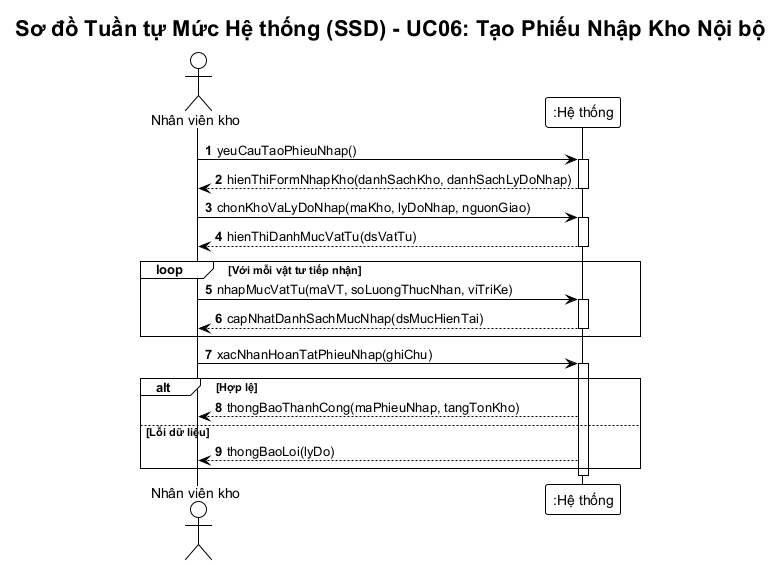
Before: BTL-QuanLyKhoHang/diagrams/ssd-nhap-kho.png, a diagram exported from PlantUML (vuhoabinh2416137/G8_Quanlysanphamvakhohang).
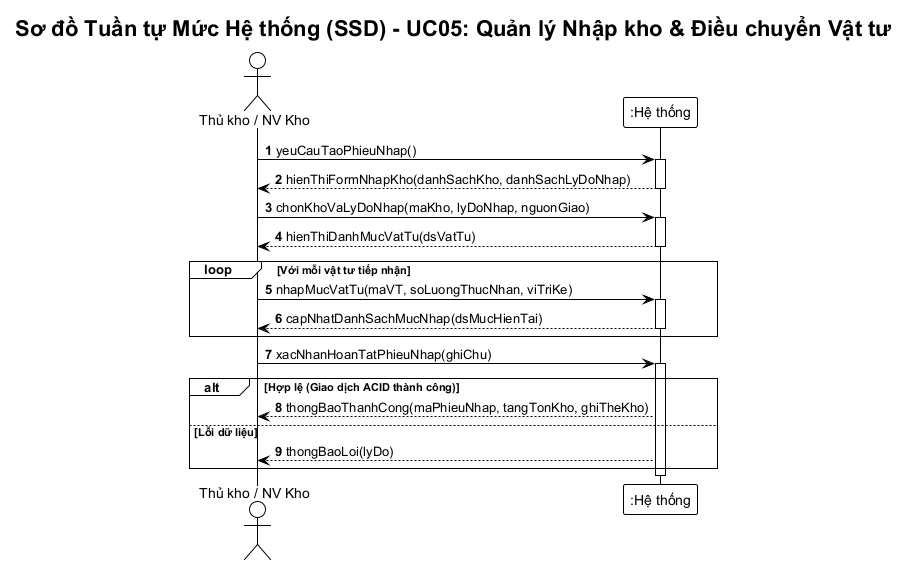
Above is the later version.

What changed in the source:
```diff
@@ -4,9 +4,9 @@
 skinparam responseMessageBelowArrow true
 skinparam defaultFontName "Arial"
 
-title Sơ đồ Tuần tự Mức Hệ thống (SSD) - UC06: Tạo Phiếu Nhập Kho Nội bộ
+title Sơ đồ Tuần tự Mức Hệ thống (SSD) - UC05: Quản lý Nhập kho & Điều chuyển Vật tư
 
-actor "Nhân viên kho" as NV
+actor "Thủ kho / NV Kho" as NV
 participant ":Hệ thống" as Sys
 
 NV -> Sys: yeuCauTaoPhieuNhap()
@@ -28,8 +28,8 @@
 
 NV -> Sys: xacNhanHoanTatPhieuNhap(ghiChu)
 activate Sys
-alt Hợp lệ
-    Sys --> NV: thongBaoThanhCong(maPhieuNhap, tangTonKho)
+alt Hợp lệ (Giao dịch ACID thành công)
+    Sys --> NV: thongBaoThanhCong(maPhieuNhap, tangTonKho, ghiTheKho)
 else Lỗi dữ liệu
     Sys --> NV: thongBaoLoi(lyDo)
 end
```
